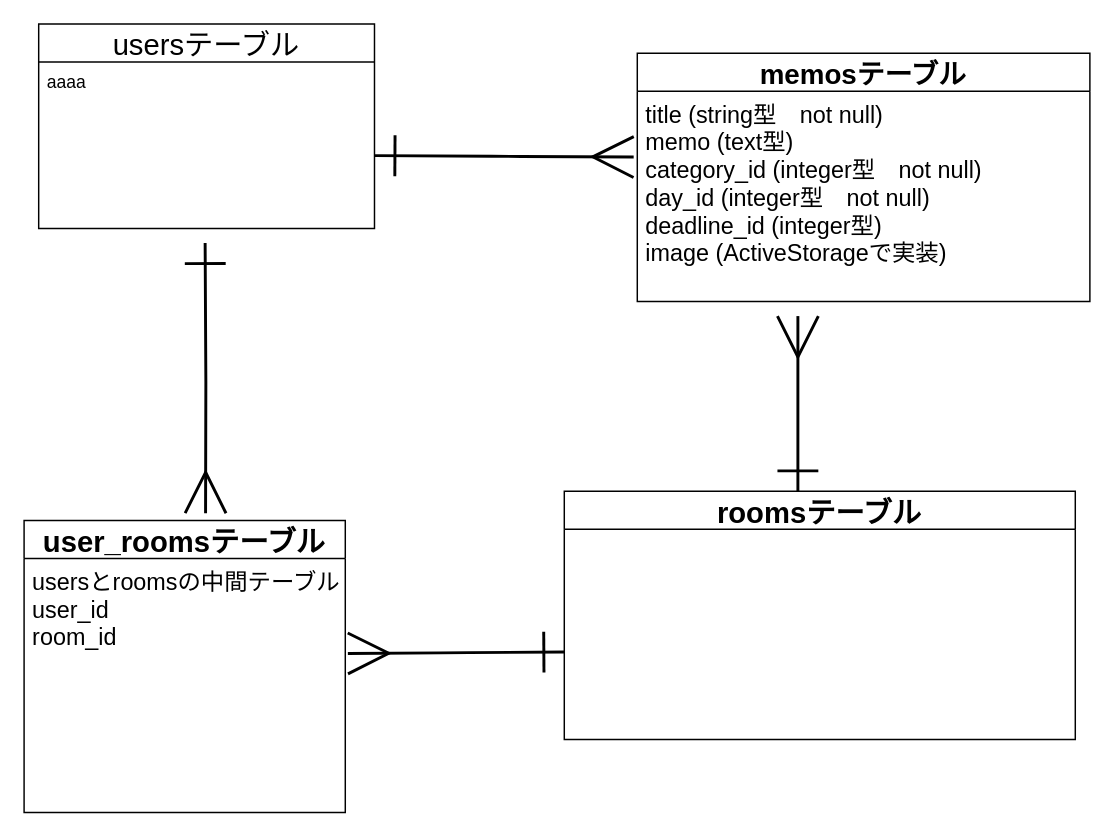
Before: er.dio in a-chikara/yumememo, a draw.io diagram. Source tidied: cells renumbered, new cells numbered last; positions are measured from the earlier drawing's top-left corner, leaving out a move shared by most shapes. Both pictures are drawn from the tidied source at 146%, with x=0, y=0 at pixel (23, 23).
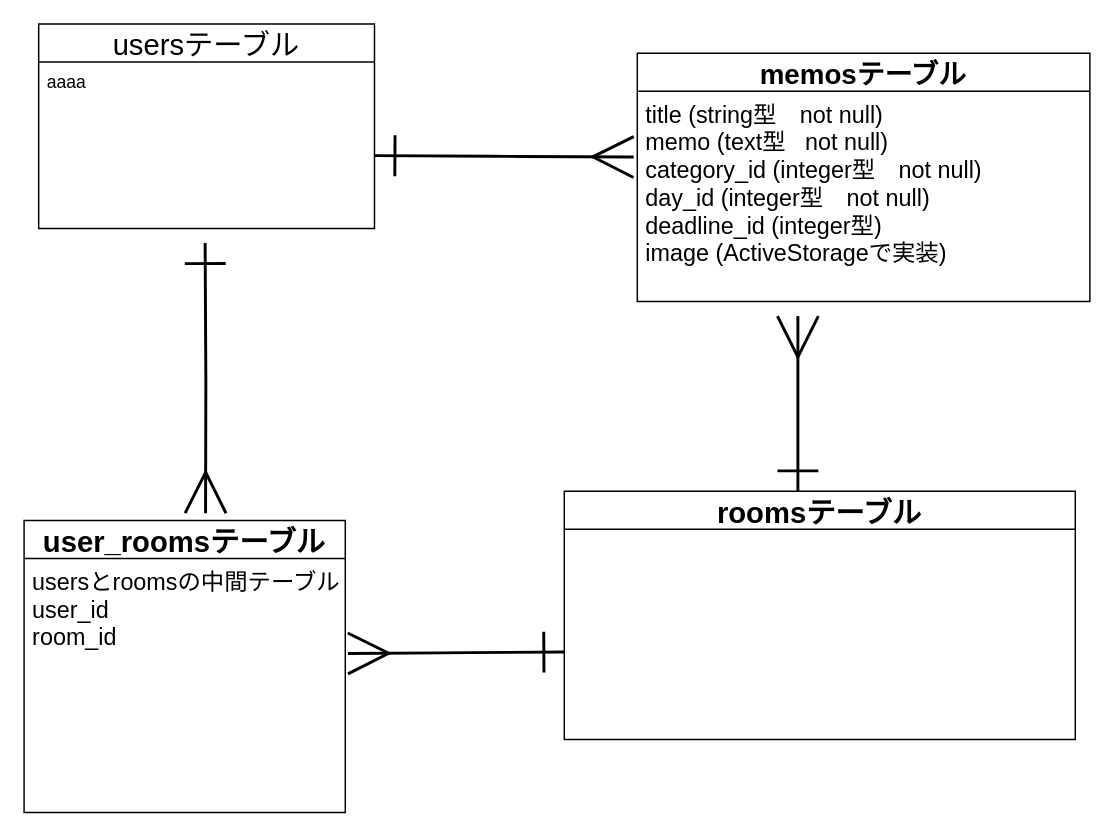
After the change.

Diff of the diagram source:
```diff
@@
 <mxGraphModel>
   <root>
     <mxCell id="0" />
     <mxCell id="1" parent="0" />
     <mxCell id="2" value="memosテーブル" style="swimlane;fontStyle=1;horizontal=1;startSize=26;align=center;fontSize=19;" parent="1" vertex="1">
       <mxGeometry x="420" y="20" width="310" height="170" as="geometry" />
     </mxCell>
-    <mxCell id="3" value="title (string型　not null)  &#10;memo (text型) &#10;category_id (integer型　not null)&#10;day_id (integer型　not null)&#10;deadline_id (integer型)&#10;image (ActiveStorageで実装)" style="text;strokeColor=none;fillColor=none;spacingLeft=4;spacingRight=4;overflow=hidden;points=[[0,0.5],[1,0.5]];portConstraint=eastwest;fontSize=16;" parent="2" vertex="1">
+    <mxCell id="3" value="title (string型　not null)  &#10;memo (text型   not null) &#10;category_id (integer型　not null)&#10;day_id (integer型　not null)&#10;deadline_id (integer型)&#10;image (ActiveStorageで実装)" style="text;strokeColor=none;fillColor=none;spacingLeft=4;spacingRight=4;overflow=hidden;points=[[0,0.5],[1,0.5]];portConstraint=eastwest;fontSize=16;" parent="2" vertex="1">
       <mxGeometry y="26" width="310" height="144" as="geometry" />
     </mxCell>
     <mxCell id="4" style="edgeStyle=orthogonalEdgeStyle;rounded=0;jettySize=auto;html=1;entryX=0.565;entryY=-0.025;entryDx=0;entryDy=0;entryPerimeter=0;fontSize=16;fontStyle=0;strokeWidth=2;startArrow=ERone;startFill=0;endArrow=ERmany;endFill=0;endSize=25;startSize=25;" parent="1" edge="1" target="8">
       <mxGeometry relative="1" as="geometry">
         <mxPoint x="124" y="150" as="sourcePoint" />
       </mxGeometry>
     </mxCell>
     <mxCell id="5" style="edgeStyle=orthogonalEdgeStyle;curved=0;rounded=1;sketch=0;jettySize=auto;html=1;entryX=-0.008;entryY=0.313;entryDx=0;entryDy=0;entryPerimeter=0;startArrow=ERone;startFill=0;startSize=25;endArrow=ERmany;endFill=0;endSize=25;strokeWidth=2;" parent="1" edge="1" target="3">
       <mxGeometry relative="1" as="geometry">
         <mxPoint x="240" y="90.1" as="sourcePoint" />
       </mxGeometry>
     </mxCell>
     <mxCell id="6" style="edgeStyle=orthogonalEdgeStyle;curved=0;rounded=1;sketch=0;jettySize=auto;html=1;entryX=1.008;entryY=0.374;entryDx=0;entryDy=0;entryPerimeter=0;startSize=25;endSize=25;strokeWidth=2;endArrow=ERmany;endFill=0;startArrow=ERone;startFill=0;" parent="1" edge="1" target="9">
       <mxGeometry relative="1" as="geometry">
         <mxPoint x="370" y="430.1" as="sourcePoint" />
       </mxGeometry>
     </mxCell>
     <mxCell id="7" style="edgeStyle=orthogonalEdgeStyle;curved=0;rounded=1;sketch=0;orthogonalLoop=1;jettySize=auto;html=1;startArrow=ERone;startFill=0;startSize=25;endArrow=ERmany;endFill=0;endSize=25;strokeWidth=2;" parent="1" edge="1">
       <mxGeometry relative="1" as="geometry">
         <mxPoint x="530" y="320" as="sourcePoint" />
         <mxPoint x="530" y="200" as="targetPoint" />
       </mxGeometry>
     </mxCell>
     <mxCell id="8" value="user_roomsテーブル" style="swimlane;fontStyle=1;horizontal=1;startSize=26;align=center;fontSize=20;" parent="1" vertex="1">
       <mxGeometry y="340" width="220" height="200" as="geometry" />
     </mxCell>
     <mxCell id="9" value="usersとroomsの中間テーブル&#10;user_id&#10;room_id" style="text;strokeColor=none;fillColor=none;spacingLeft=4;spacingRight=4;overflow=hidden;points=[[0,0.5],[1,0.5]];portConstraint=eastwest;fontSize=16;" parent="8" vertex="1">
       <mxGeometry y="26" width="220" height="174" as="geometry" />
     </mxCell>
     <mxCell id="10" value="usersテーブル" style="swimlane;fontStyle=0;horizontal=1;startSize=26;align=center;fontSize=20;rounded=0;sketch=0;" parent="1" vertex="1">
       <mxGeometry x="10" width="230" height="140" as="geometry" />
     </mxCell>
     <mxCell id="11" value="aaaa&#10;" style="text;strokeColor=none;fillColor=none;spacingLeft=4;spacingRight=4;overflow=hidden;fontSize=12;" parent="10" vertex="1">
       <mxGeometry y="26" width="230" height="114" as="geometry" />
     </mxCell>
     <mxCell id="12" value="roomsテーブル" style="swimlane;fontStyle=1;horizontal=1;startSize=26;align=center;fontSize=20;rounded=0;sketch=0;" parent="1" vertex="1">
       <mxGeometry x="370" y="320" width="350" height="170" as="geometry" />
     </mxCell>
   </root>
 </mxGraphModel>
```
